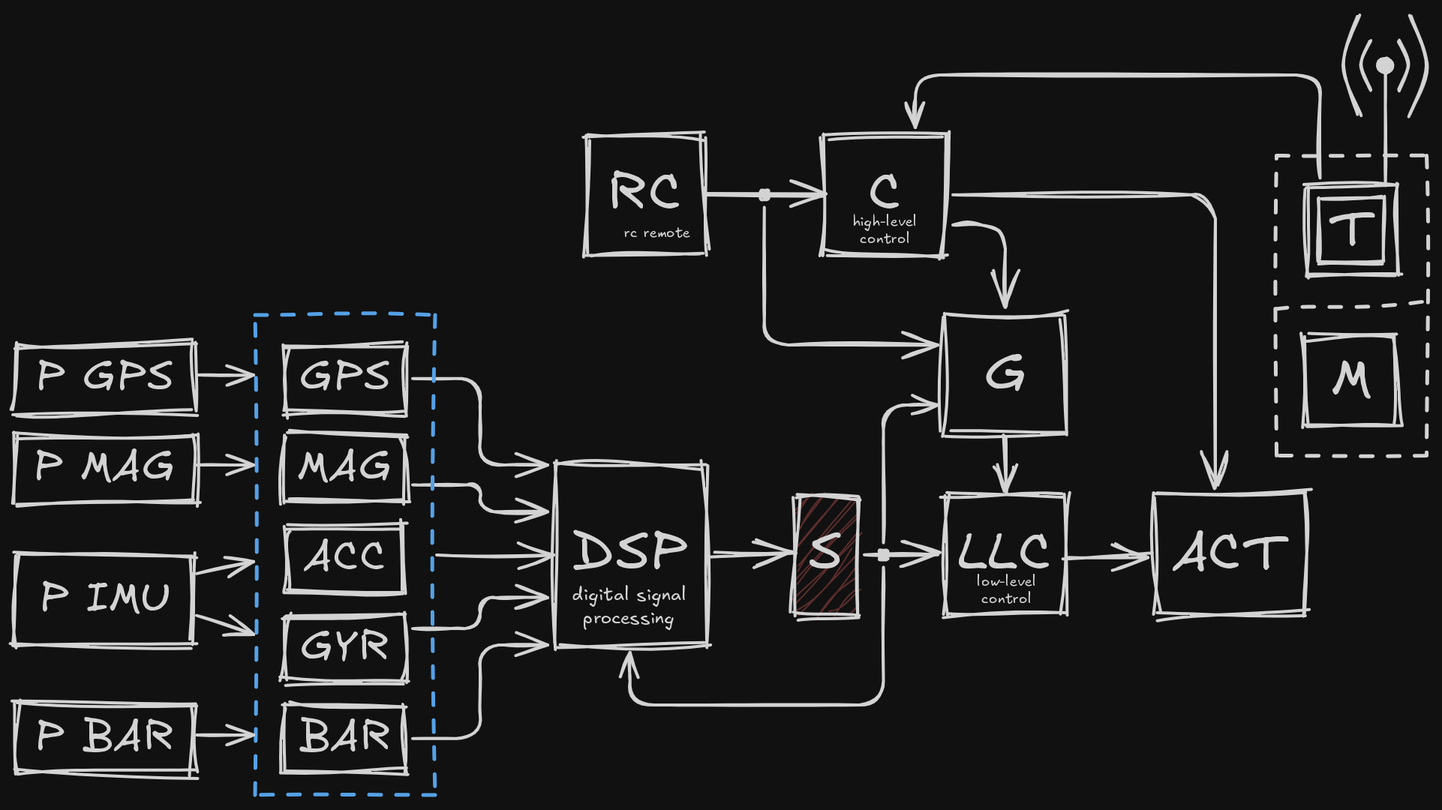
The Excalidraw diagram FC_firmware/modules.png in legokor/drone, before a commit. Source tidied: one line per element, renumbered; positions are measured from the earlier drawing's top-left corner, leaving out a move shared by most shapes. Source of this version:
```json
{"id": 0, "type": "rectangle", "strokeColor": "#1e1e1e", "strokeWidth": 2, "roughness": 2, "x": 380, "y": 80, "width": 80, "height": 80}
{"id": 1, "type": "text", "text": "RC", "strokeColor": "#1e1e1e", "strokeWidth": 2, "roughness": 2, "fontSize": 36, "fontFamily": 5, "textAlign": "center", "verticalAlign": "middle", "inside": 0, "x": 394, "y": 98, "width": 51, "height": 45}
{"id": 2, "type": "rectangle", "strokeColor": "#1e1e1e", "strokeWidth": 2, "roughness": 2, "x": 540, "y": 80, "width": 80, "height": 80}
{"id": 3, "type": "text", "text": "C", "strokeColor": "#1e1e1e", "strokeWidth": 2, "roughness": 2, "fontSize": 36, "fontFamily": 5, "textAlign": "center", "verticalAlign": "middle", "inside": 2, "x": 568, "y": 98, "width": 23, "height": 45}
{"id": 4, "type": "arrow", "strokeColor": "#1e1e1e", "strokeWidth": 2, "roughness": 1, "endArrowhead": "arrow", "round": true, "from": 0, "to": 2, "x": 461, "y": 120, "width": 78, "height": 0, "points": [[0, 0], [78, 0]]}
{"id": 5, "type": "rectangle", "strokeColor": "#1e1e1e", "strokeWidth": 2, "roughness": 2, "x": 620, "y": 200, "width": 80, "height": 80}
{"id": 6, "type": "text", "text": "G", "strokeColor": "#1e1e1e", "strokeWidth": 2, "roughness": 2, "fontSize": 36, "fontFamily": 5, "textAlign": "center", "verticalAlign": "middle", "inside": 5, "x": 646, "y": 218, "width": 28, "height": 45}
{"id": 7, "type": "rectangle", "strokeColor": "#1e1e1e", "strokeWidth": 2, "roughness": 2, "x": 620, "y": 320, "width": 80, "height": 80}
{"id": 8, "type": "text", "text": "LLC", "strokeColor": "#1e1e1e", "strokeWidth": 2, "roughness": 2, "fontSize": 36, "fontFamily": 5, "textAlign": "center", "verticalAlign": "middle", "inside": 7, "x": 628, "y": 338, "width": 63, "height": 45}
{"id": 9, "type": "arrow", "strokeColor": "#1e1e1e", "strokeWidth": 2, "roughness": 2, "endArrowhead": "arrow", "round": true, "from": 5, "to": 7, "x": 660, "y": 281, "width": 0, "height": 38, "points": [[0, 0], [0, 38]]}
{"id": 10, "type": "rectangle", "strokeColor": "#1e1e1e", "strokeWidth": 2, "roughness": 2, "x": 760, "y": 320, "width": 100, "height": 80}
{"id": 11, "type": "text", "text": "ACT", "strokeColor": "#1e1e1e", "strokeWidth": 2, "roughness": 2, "fontSize": 36, "fontFamily": 5, "textAlign": "center", "verticalAlign": "middle", "inside": 10, "x": 771, "y": 338, "width": 78, "height": 45}
{"id": 12, "type": "arrow", "strokeColor": "#1e1e1e", "strokeWidth": 2, "roughness": 2, "endArrowhead": "arrow", "round": true, "from": 7, "to": 10, "x": 701, "y": 360, "width": 58, "height": 0, "points": [[0, 0], [58, 0]]}
{"id": 13, "type": "arrow", "strokeColor": "#1e1e1e", "strokeWidth": 2, "roughness": 2, "endArrowhead": "arrow", "from": 2, "to": 10, "x": 625, "y": 120, "width": 175, "height": 195, "points": [[0, 0], [175, 0], [175, 195]]}
{"id": 14, "type": "arrow", "strokeColor": "#1e1e1e", "strokeWidth": 2, "roughness": 2, "endArrowhead": "arrow", "from": 2, "to": 5, "x": 625, "y": 140, "width": 35, "height": 55, "points": [[0, 0], [35, 0], [35, 55]]}
{"id": 15, "type": "rectangle", "strokeColor": "#1e1e1e", "backgroundColor": "#ffc9c9", "fillStyle": "hachure", "strokeWidth": 2, "roughness": 2, "x": 520, "y": 320, "width": 41, "height": 80}
{"id": 16, "type": "text", "text": "S", "strokeColor": "#1e1e1e", "strokeWidth": 2, "roughness": 2, "fontSize": 36, "fontFamily": 5, "textAlign": "center", "verticalAlign": "middle", "inside": 15, "x": 529, "y": 338, "width": 23, "height": 45}
{"id": 17, "type": "arrow", "strokeColor": "#1e1e1e", "strokeWidth": 2, "roughness": 2, "endArrowhead": "arrow", "from": 15, "to": 7, "x": 566, "y": 360, "width": 49, "height": 0, "points": [[0, 0], [49, 0]]}
{"id": 18, "type": "arrow", "strokeColor": "#1e1e1e", "strokeWidth": 2, "roughness": 1, "endArrowhead": "arrow", "from": 52, "to": 5, "x": 579, "y": 352, "width": 36, "height": 92, "points": [[0, 0], [0, -92], [36, -92]]}
{"id": 19, "type": "rectangle", "strokeColor": "#1e1e1e", "strokeWidth": 2, "roughness": 2, "x": 360, "y": 300, "width": 100, "height": 120}
{"id": 20, "type": "text", "text": "DSP", "strokeColor": "#1e1e1e", "strokeWidth": 2, "roughness": 2, "fontSize": 36, "fontFamily": 5, "textAlign": "center", "verticalAlign": "middle", "inside": 19, "x": 372, "y": 338, "width": 77, "height": 45}
{"id": 21, "type": "arrow", "strokeColor": "#1e1e1e", "strokeWidth": 2, "roughness": 2, "endArrowhead": "arrow", "from": 19, "to": 15, "x": 465, "y": 360, "width": 54, "height": 0, "points": [[0, 0], [54, 0]]}
{"id": 22, "type": "rectangle", "strokeColor": "#1e1e1e", "strokeWidth": 2, "roughness": 2, "x": 180, "y": 220, "width": 80, "height": 45}
{"id": 23, "type": "text", "text": "GPS", "strokeColor": "#1e1e1e", "strokeWidth": 2, "roughness": 2, "fontSize": 28, "fontFamily": 5, "textAlign": "center", "verticalAlign": "middle", "inside": 22, "x": 190, "y": 225, "width": 61, "height": 35}
{"id": 24, "type": "rectangle", "strokeColor": "#1e1e1e", "strokeWidth": 2, "roughness": 2, "x": 180, "y": 280, "width": 80, "height": 45}
{"id": 25, "type": "text", "text": "MAG", "strokeColor": "#1e1e1e", "strokeWidth": 2, "roughness": 2, "fontSize": 28, "fontFamily": 5, "textAlign": "center", "verticalAlign": "middle", "inside": 24, "x": 188, "y": 285, "width": 64, "height": 35}
{"id": 26, "type": "rectangle", "strokeColor": "#1e1e1e", "strokeWidth": 2, "roughness": 2, "x": 180, "y": 340, "width": 80, "height": 45}
{"id": 27, "type": "text", "text": "ACC", "strokeColor": "#1e1e1e", "strokeWidth": 2, "roughness": 2, "fontSize": 28, "fontFamily": 5, "textAlign": "center", "verticalAlign": "middle", "inside": 26, "x": 192, "y": 345, "width": 56, "height": 35}
{"id": 28, "type": "rectangle", "strokeColor": "#1e1e1e", "strokeWidth": 2, "roughness": 2, "x": 180, "y": 400, "width": 80, "height": 45}
{"id": 29, "type": "text", "text": "GYR", "strokeColor": "#1e1e1e", "strokeWidth": 2, "roughness": 2, "fontSize": 28, "fontFamily": 5, "textAlign": "center", "verticalAlign": "middle", "inside": 28, "x": 190, "y": 405, "width": 60, "height": 35}
{"id": 30, "type": "rectangle", "strokeColor": "#1e1e1e", "strokeWidth": 2, "roughness": 2, "x": 180, "y": 460, "width": 80, "height": 45}
{"id": 31, "type": "text", "text": "BAR", "strokeColor": "#1e1e1e", "strokeWidth": 2, "roughness": 2, "fontSize": 28, "fontFamily": 5, "textAlign": "center", "verticalAlign": "middle", "inside": 30, "x": 189, "y": 465, "width": 62, "height": 35}
{"id": 32, "type": "arrow", "strokeColor": "#1e1e1e", "strokeWidth": 2, "roughness": 1, "endArrowhead": "arrow", "from": 37, "to": 19, "x": 281, "y": 360, "width": 78, "height": 0, "points": [[0, 0], [78, 0]]}
{"id": 33, "type": "arrow", "strokeColor": "#1e1e1e", "strokeWidth": 2, "roughness": 1, "endArrowhead": "arrow", "from": 30, "to": 19, "x": 265, "y": 483, "width": 90, "height": 62, "points": [[0, 0], [45, 0], [45, -62], [90, -62]]}
{"id": 34, "type": "arrow", "strokeColor": "#1e1e1e", "strokeWidth": 2, "roughness": 1, "endArrowhead": "arrow", "from": 28, "to": 19, "x": 265, "y": 409, "width": 90, "height": 21, "points": [[0, 0], [45, 0], [45, -21], [90, -21]]}
{"id": 35, "type": "arrow", "strokeColor": "#1e1e1e", "strokeWidth": 2, "roughness": 1, "endArrowhead": "arrow", "from": 22, "to": 19, "x": 265, "y": 243, "width": 90, "height": 58, "points": [[0, 0], [45, 0], [45, 58], [90, 58]]}
{"id": 36, "type": "arrow", "strokeColor": "#1e1e1e", "strokeWidth": 2, "roughness": 1, "endArrowhead": "arrow", "from": 24, "to": 19, "x": 265, "y": 314, "width": 90, "height": 18, "points": [[0, 0], [45, 0], [45, 18], [90, 18]]}
{"id": 37, "type": "rectangle", "strokeColor": "#1971c2", "strokeWidth": 2, "strokeStyle": "dashed", "roughness": 1, "x": 160, "y": 200, "width": 120, "height": 320}
{"id": 38, "type": "rectangle", "strokeColor": "#1e1e1e", "strokeWidth": 2, "roughness": 2, "x": 0, "y": 220, "width": 120, "height": 45}
{"id": 39, "type": "text", "text": "P GPS", "strokeColor": "#1e1e1e", "strokeWidth": 2, "roughness": 2, "fontSize": 28, "fontFamily": 5, "textAlign": "center", "verticalAlign": "middle", "inside": 38, "x": 14, "y": 225, "width": 93, "height": 35}
{"id": 40, "type": "arrow", "strokeColor": "#1e1e1e", "backgroundColor": "#ffc9c9", "fillStyle": "hachure", "strokeWidth": 2, "roughness": 1, "endArrowhead": "arrow", "from": 38, "to": 37, "x": 121, "y": 240, "width": 38, "height": 0, "points": [[0, 0], [38, 0]]}
{"id": 41, "type": "rectangle", "strokeColor": "#1e1e1e", "strokeWidth": 2, "roughness": 2, "x": 0, "y": 280, "width": 120, "height": 45}
{"id": 42, "type": "text", "text": "P MAG", "strokeColor": "#1e1e1e", "strokeWidth": 2, "roughness": 2, "fontSize": 28, "fontFamily": 5, "textAlign": "center", "verticalAlign": "middle", "inside": 41, "x": 12, "y": 285, "width": 95, "height": 35}
{"id": 43, "type": "arrow", "strokeColor": "#1e1e1e", "backgroundColor": "#ffc9c9", "fillStyle": "hachure", "strokeWidth": 2, "roughness": 1, "endArrowhead": "arrow", "from": 41, "to": 37, "x": 121, "y": 300, "width": 38, "height": 0, "points": [[0, 0], [38, 0]]}
{"id": 44, "type": "rectangle", "strokeColor": "#1e1e1e", "strokeWidth": 2, "roughness": 2, "x": 0, "y": 360, "width": 120, "height": 60}
{"id": 45, "type": "text", "text": "P IMU", "strokeColor": "#1e1e1e", "strokeWidth": 2, "roughness": 2, "fontSize": 28, "fontFamily": 5, "textAlign": "center", "verticalAlign": "middle", "inside": 44, "x": 16, "y": 373, "width": 88, "height": 35}
{"id": 46, "type": "arrow", "strokeColor": "#1e1e1e", "backgroundColor": "#ffc9c9", "fillStyle": "hachure", "strokeWidth": 2, "roughness": 1, "endArrowhead": "arrow", "from": 44, "to": 37, "x": 121, "y": 373, "width": 38, "height": 8, "points": [[0, 0], [38, -8]]}
{"id": 47, "type": "arrow", "strokeColor": "#1e1e1e", "backgroundColor": "#ffc9c9", "fillStyle": "hachure", "strokeWidth": 2, "roughness": 1, "endArrowhead": "arrow", "from": 44, "to": 37, "x": 121, "y": 401, "width": 38, "height": 13, "points": [[0, 0], [38, 13]]}
{"id": 48, "type": "rectangle", "strokeColor": "#1e1e1e", "strokeWidth": 2, "roughness": 2, "x": 0, "y": 460, "width": 120, "height": 45}
{"id": 49, "type": "text", "text": "P BAR", "strokeColor": "#1e1e1e", "strokeWidth": 2, "roughness": 2, "fontSize": 28, "fontFamily": 5, "textAlign": "center", "verticalAlign": "middle", "inside": 48, "x": 13, "y": 465, "width": 94, "height": 35}
{"id": 50, "type": "arrow", "strokeColor": "#1e1e1e", "backgroundColor": "#ffc9c9", "fillStyle": "hachure", "strokeWidth": 2, "roughness": 1, "endArrowhead": "arrow", "from": 48, "to": 37, "x": 121, "y": 480, "width": 38, "height": 0, "points": [[0, 0], [38, 0]]}
{"id": 51, "type": "arrow", "strokeColor": "#1e1e1e", "backgroundColor": "#ffc9c9", "fillStyle": "hachure", "strokeWidth": 2, "roughness": 1, "endArrowhead": "arrow", "from": 54, "to": 5, "x": 499, "y": 129, "width": 116, "height": 92, "points": [[0, 0], [0, 92], [116, 92]]}
{"id": 52, "type": "rectangle", "strokeColor": "#1e1e1e", "backgroundColor": "#1e1e1e", "fillStyle": "solid", "strokeWidth": 2, "roughness": 1, "round": true, "x": 576, "y": 357, "width": 5, "height": 6}
{"id": 53, "type": "arrow", "strokeColor": "#1e1e1e", "backgroundColor": "#ffc9c9", "fillStyle": "hachure", "strokeWidth": 2, "roughness": 1, "endArrowhead": "arrow", "from": 52, "to": 19, "x": 579, "y": 369, "width": 169, "height": 92, "points": [[0, 0], [0, 92], [-169, 92], [-169, 57]]}
{"id": 54, "type": "rectangle", "strokeColor": "#1e1e1e", "backgroundColor": "#1e1e1e", "fillStyle": "solid", "strokeWidth": 2, "roughness": 1, "round": true, "x": 497, "y": 117, "width": 5, "height": 6}
{"id": 55, "type": "rectangle", "strokeColor": "#1e1e1e", "strokeWidth": 2, "roughness": 2, "x": 861, "y": 214, "width": 60, "height": 60}
{"id": 56, "type": "text", "text": "M", "strokeColor": "#1e1e1e", "strokeWidth": 2, "roughness": 2, "fontSize": 36, "fontFamily": 5, "textAlign": "center", "verticalAlign": "middle", "inside": 55, "x": 877, "y": 222, "width": 28, "height": 45}
{"id": 57, "type": "rectangle", "strokeColor": "#1e1e1e", "strokeWidth": 2, "roughness": 2, "x": 870, "y": 123, "width": 42, "height": 42}
{"id": 58, "type": "rectangle", "strokeColor": "#1e1e1e", "strokeWidth": 2, "roughness": 2, "x": 861, "y": 114, "width": 60, "height": 60}
{"id": 59, "type": "text", "text": "T", "strokeColor": "#1e1e1e", "strokeWidth": 2, "roughness": 2, "fontSize": 36, "fontFamily": 5, "textAlign": "center", "verticalAlign": "middle", "inside": 58, "x": 875, "y": 122, "width": 31, "height": 45}
{"id": 60, "type": "line", "strokeColor": "#1e1e1e", "strokeWidth": 2, "strokeStyle": "dashed", "roughness": 2, "x": 841, "y": 194, "width": 100, "height": 0, "points": [[0, 0], [100, 0]]}
{"id": 61, "type": "rectangle", "strokeColor": "#1e1e1e", "strokeWidth": 2, "strokeStyle": "dashed", "roughness": 1, "x": 841, "y": 94, "width": 100, "height": 200}
{"id": 62, "type": "arrow", "strokeColor": "#1e1e1e", "strokeWidth": 2, "roughness": 1, "endArrowhead": "arrow", "from": 58, "to": 2, "x": 870, "y": 109, "width": 270, "height": 69, "points": [[0, 0], [0, -69], [-270, -69], [-270, -34]]}
{"id": 63, "type": "line", "strokeColor": "#1e1e1e", "strokeWidth": 2, "roughness": 1, "round": true, "x": 929, "y": 0, "width": 11, "height": 67, "points": [[0, 0], [11, 34], [0, 67]]}
{"id": 64, "type": "line", "strokeColor": "#1e1e1e", "strokeWidth": 2, "roughness": 1, "round": true, "x": 922, "y": 18, "width": 6, "height": 33, "points": [[0, 0], [6, 15], [0, 33]]}
{"id": 65, "type": "line", "strokeColor": "#1e1e1e", "strokeWidth": 2, "roughness": 1, "round": true, "x": 896, "y": 1, "width": 11, "height": 67, "points": [[0, 0], [-11, 32], [0, 67]]}
{"id": 66, "type": "line", "strokeColor": "#1e1e1e", "strokeWidth": 2, "roughness": 1, "round": true, "x": 903, "y": 18, "width": 6, "height": 33, "points": [[0, 0], [-6, 15], [0, 33]]}
{"id": 67, "type": "line", "strokeColor": "#1e1e1e", "strokeWidth": 2, "roughness": 1, "x": 913, "y": 114, "width": 0, "height": 80, "points": [[0, 0], [0, -80]]}
{"id": 68, "type": "ellipse", "strokeColor": "#1e1e1e", "backgroundColor": "#1e1e1e", "fillStyle": "solid", "strokeWidth": 2, "roughness": 1, "round": true, "x": 908, "y": 29, "width": 10, "height": 10}
{"id": 69, "type": "text", "text": "low-level\ncontrol", "strokeColor": "#1e1e1e", "backgroundColor": "#1e1e1e", "fillStyle": "solid", "strokeWidth": 2, "roughness": 1, "fontSize": 9.3, "fontFamily": 5, "textAlign": "center", "x": 635, "y": 373, "width": 52, "height": 23}
{"id": 70, "type": "text", "text": "digital signal\nprocessing", "strokeColor": "#1e1e1e", "backgroundColor": "#1e1e1e", "fillStyle": "solid", "strokeWidth": 2, "roughness": 1, "fontSize": 12.09, "fontFamily": 5, "textAlign": "center", "x": 371, "y": 380, "width": 76, "height": 30}
{"id": 71, "type": "text", "text": "high-level\ncontrol", "strokeColor": "#1e1e1e", "backgroundColor": "#1e1e1e", "fillStyle": "solid", "strokeWidth": 2, "roughness": 1, "fontSize": 9.3, "fontFamily": 5, "textAlign": "center", "x": 554, "y": 132, "width": 52, "height": 23}
{"id": 72, "type": "text", "text": "rc remote ", "strokeColor": "#1e1e1e", "backgroundColor": "#1e1e1e", "fillStyle": "solid", "strokeWidth": 2, "roughness": 1, "fontSize": 9.3, "fontFamily": 5, "textAlign": "center", "x": 400, "y": 140, "width": 60, "height": 12}
```
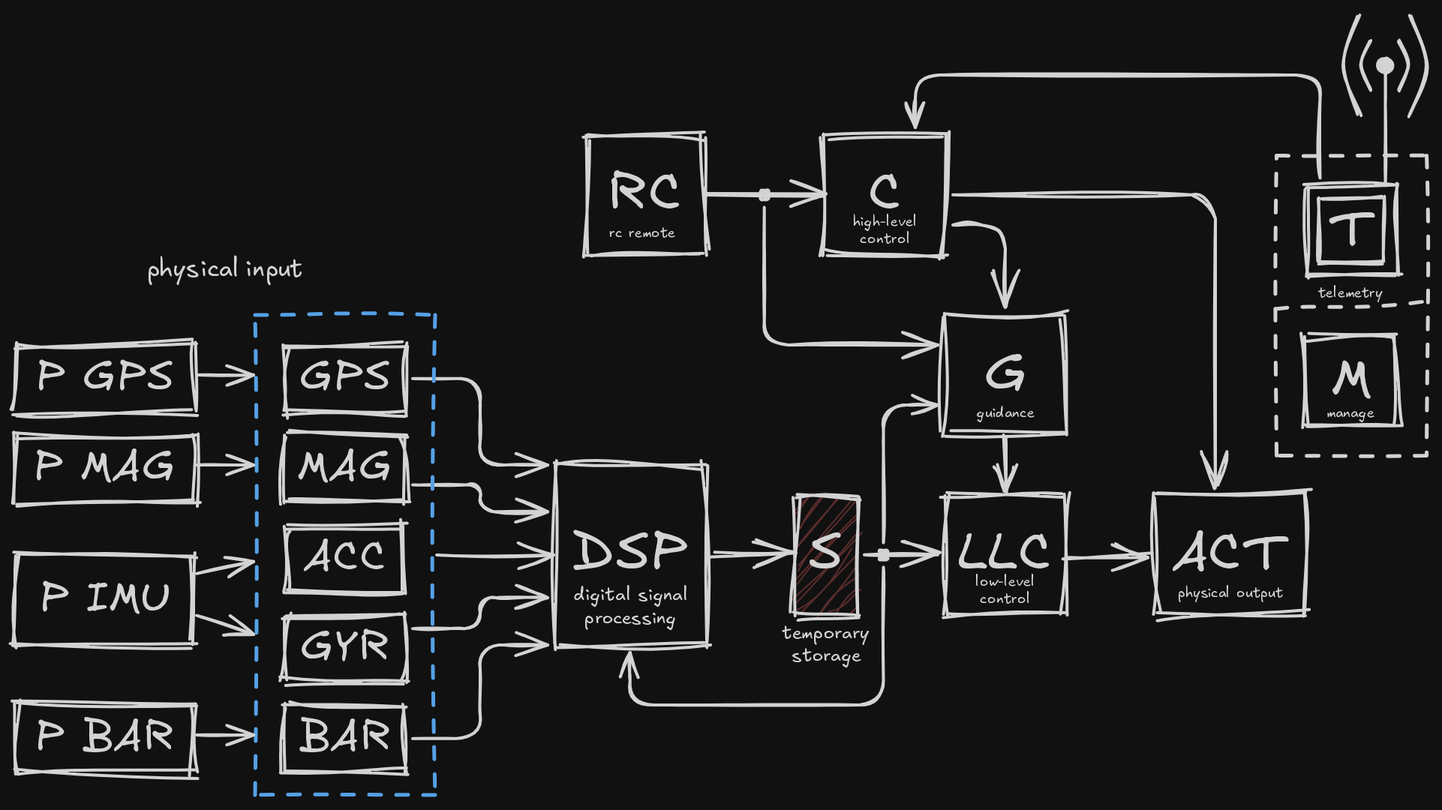
The same file after the commit.

The edit, as a diff of the source:
```diff
@@ -67,7 +67,13 @@
 {"id": 66, "type": "line", "strokeColor": "#1e1e1e", "strokeWidth": 2, "roughness": 1, "round": true, "x": 903, "y": 18, "width": 6, "height": 33, "points": [[0, 0], [-6, 15], [0, 33]]}
 {"id": 67, "type": "line", "strokeColor": "#1e1e1e", "strokeWidth": 2, "roughness": 1, "x": 913, "y": 114, "width": 0, "height": 80, "points": [[0, 0], [0, -80]]}
 {"id": 68, "type": "ellipse", "strokeColor": "#1e1e1e", "backgroundColor": "#1e1e1e", "fillStyle": "solid", "strokeWidth": 2, "roughness": 1, "round": true, "x": 908, "y": 29, "width": 10, "height": 10}
-{"id": 69, "type": "text", "text": "low-level\ncontrol", "strokeColor": "#1e1e1e", "backgroundColor": "#1e1e1e", "fillStyle": "solid", "strokeWidth": 2, "roughness": 1, "fontSize": 9.3, "fontFamily": 5, "textAlign": "center", "x": 635, "y": 373, "width": 52, "height": 23}
+{"id": 69, "type": "text", "text": "low-level\ncontrol", "strokeColor": "#1e1e1e", "backgroundColor": "#1e1e1e", "fillStyle": "solid", "strokeWidth": 2, "roughness": 1, "fontSize": 9.3, "fontFamily": 5, "textAlign": "center", "x": 627, "y": 372, "width": 65, "height": 23}
-{"id": 70, "type": "text", "text": "digital signal\nprocessing", "strokeColor": "#1e1e1e", "backgroundColor": "#1e1e1e", "fillStyle": "solid", "strokeWidth": 2, "roughness": 1, "fontSize": 12.09, "fontFamily": 5, "textAlign": "center", "x": 371, "y": 380, "width": 76, "height": 30}
+{"id": 70, "type": "text", "text": "digital signal\nprocessing", "strokeColor": "#1e1e1e", "backgroundColor": "#1e1e1e", "fillStyle": "solid", "strokeWidth": 2, "roughness": 1, "fontSize": 12.09, "fontFamily": 5, "textAlign": "center", "x": 360, "y": 380, "width": 100, "height": 30}
-{"id": 71, "type": "text", "text": "high-level\ncontrol", "strokeColor": "#1e1e1e", "backgroundColor": "#1e1e1e", "fillStyle": "solid", "strokeWidth": 2, "roughness": 1, "fontSize": 9.3, "fontFamily": 5, "textAlign": "center", "x": 554, "y": 132, "width": 52, "height": 23}
+{"id": 71, "type": "text", "text": "high-level\ncontrol", "strokeColor": "#1e1e1e", "backgroundColor": "#1e1e1e", "fillStyle": "solid", "strokeWidth": 2, "roughness": 1, "fontSize": 9.3, "fontFamily": 5, "textAlign": "center", "x": 540, "y": 132, "width": 80, "height": 23}
-{"id": 72, "type": "text", "text": "rc remote ", "strokeColor": "#1e1e1e", "backgroundColor": "#1e1e1e", "fillStyle": "solid", "strokeWidth": 2, "roughness": 1, "fontSize": 9.3, "fontFamily": 5, "textAlign": "center", "x": 400, "y": 140, "width": 60, "height": 12}
+{"id": 72, "type": "text", "text": "rc remote ", "strokeColor": "#1e1e1e", "backgroundColor": "#1e1e1e", "fillStyle": "solid", "strokeWidth": 2, "roughness": 1, "fontSize": 9.3, "fontFamily": 5, "textAlign": "center", "x": 380, "y": 140, "width": 80, "height": 12}
+{"id": 73, "type": "text", "text": "guidance", "strokeColor": "#1e1e1e", "backgroundColor": "#1e1e1e", "fillStyle": "solid", "strokeWidth": 2, "roughness": 1, "fontSize": 9.3, "fontFamily": 5, "textAlign": "center", "x": 620, "y": 260, "width": 80, "height": 12}
+{"id": 74, "type": "text", "text": "manage", "strokeColor": "#1e1e1e", "backgroundColor": "#1e1e1e", "fillStyle": "solid", "strokeWidth": 2, "roughness": 1, "fontSize": 9.3, "fontFamily": 5, "textAlign": "center", "x": 860, "y": 260, "width": 60, "height": 12}
+{"id": 75, "type": "text", "text": "telemetry", "strokeColor": "#1e1e1e", "backgroundColor": "#1e1e1e", "fillStyle": "solid", "strokeWidth": 2, "roughness": 1, "fontSize": 9.3, "fontFamily": 5, "textAlign": "center", "x": 840, "y": 180, "width": 100, "height": 12}
+{"id": 76, "type": "text", "text": "physical output", "strokeColor": "#1e1e1e", "backgroundColor": "#1e1e1e", "fillStyle": "solid", "strokeWidth": 2, "roughness": 1, "fontSize": 9.3, "fontFamily": 5, "textAlign": "center", "x": 760, "y": 380, "width": 100, "height": 12}
+{"id": 77, "type": "text", "text": "physical input", "strokeColor": "#1e1e1e", "backgroundColor": "#1e1e1e", "fillStyle": "solid", "strokeWidth": 2, "roughness": 1, "fontSize": 16, "fontFamily": 5, "textAlign": "center", "x": 80, "y": 160, "width": 120, "height": 20}
+{"id": 78, "type": "text", "text": "temporary\nstorage", "strokeColor": "#1e1e1e", "backgroundColor": "#1e1e1e", "fillStyle": "solid", "strokeWidth": 2, "roughness": 1, "fontSize": 12.09, "fontFamily": 5, "textAlign": "center", "x": 510, "y": 405, "width": 60, "height": 30}
```
